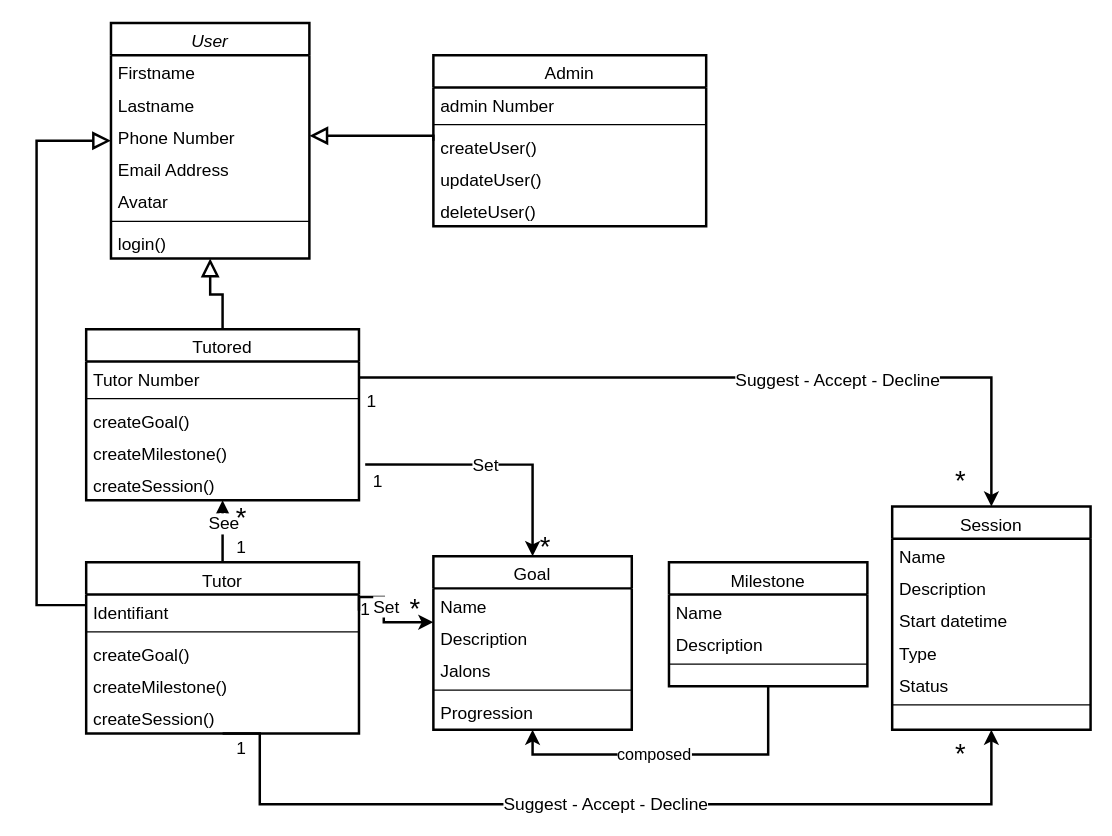
Before: page "Diagramme de classes" (4 of 4) of uml_avenirs.drawio in cbeauquel/oc_projet9, a draw.io diagram. Source tidied: cells renumbered, new cells numbered last; positions are measured from the earlier drawing's top-left corner, leaving out a move shared by most shapes. Both pictures are drawn from the tidied source at 124%, with x=0, y=0 at pixel (36, 22).
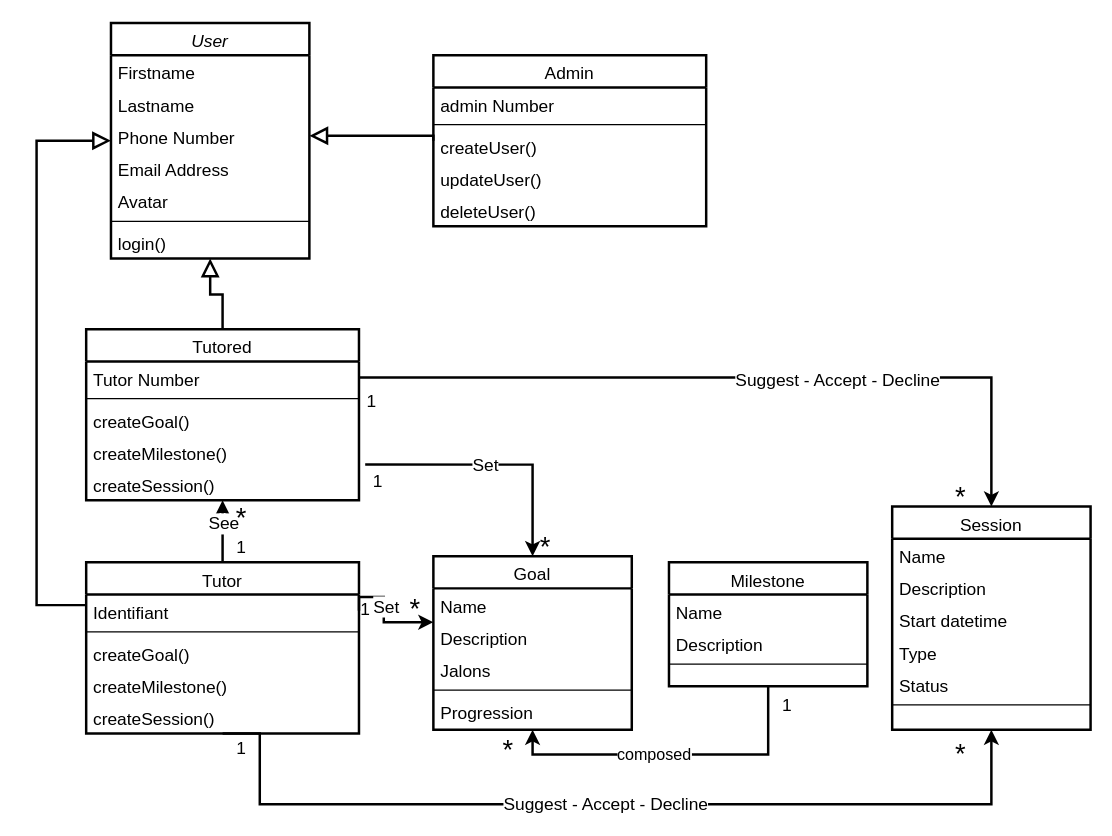
Above is the later version.

Commit message:
Mettre à jour uml_avenirs.drawio

Change to the diagram source:
```diff
@@
     <mxCell id="52" value="&lt;font style=&quot;font-size: 22px;&quot;&gt;*&lt;/font&gt;" style="text;html=1;align=center;verticalAlign=middle;strokeColor=none;fillColor=none;fontSize=22;" parent="1" vertex="1">
-      <mxGeometry x="730" y="350" width="30" height="40" as="geometry" />
+      <mxGeometry x="730" y="363" width="30" height="40" as="geometry" />
     </mxCell>
@@
+    <mxCell id="70" value="1" style="text;html=1;align=center;verticalAlign=middle;strokeColor=none;fillColor=none;fontSize=14;" parent="1" vertex="1">
+      <mxGeometry x="590" y="535" width="30" height="30" as="geometry" />
+    </mxCell>
+    <mxCell id="71" value="&lt;font style=&quot;font-size: 22px;&quot;&gt;*&lt;/font&gt;" style="text;html=1;align=center;verticalAlign=middle;strokeColor=none;fillColor=none;fontSize=22;" parent="1" vertex="1">
+      <mxGeometry x="365" y="567" width="30" height="40" as="geometry" />
+    </mxCell>
```
